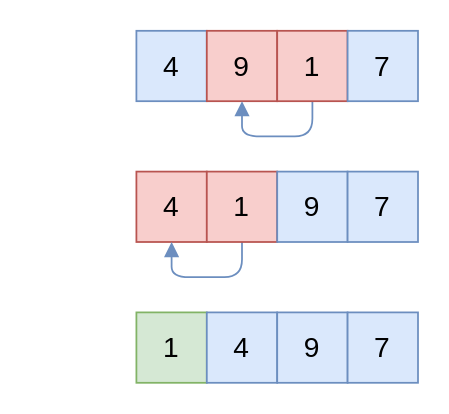
Before: src/array/sort/assets/gnome-sort-pass2.drawio in XuShaohua/TheAlgorithms, a draw.io diagram. Source tidied: cells renumbered, new cells numbered last; positions are measured from the earlier drawing's top-left corner, leaving out a move shared by most shapes. Both pictures are drawn from the tidied source at 176%, with x=0, y=0 at pixel (136, -40).
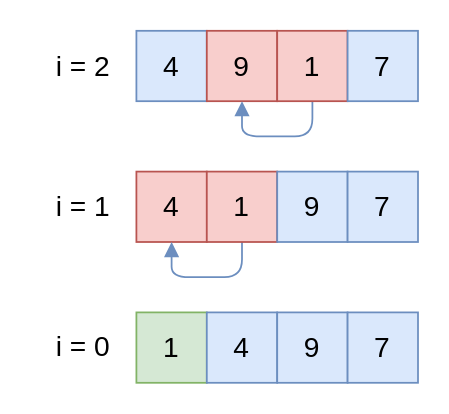
Above is the later version.

Commit message (it also covers changes not shown here):
array: Update gnome sort charts

The edit, as a diff of the source:
```diff
@@
+    <mxCell id="18" value="i = 2" style="text;html=1;align=center;verticalAlign=middle;whiteSpace=wrap;rounded=0;fontFamily=Ubuntu;fontSize=16;fontStyle=0;" parent="1" vertex="1">
+      <mxGeometry x="-60" y="45" width="60" height="30" as="geometry" />
+    </mxCell>
+    <mxCell id="19" value="i = 1" style="text;html=1;align=center;verticalAlign=middle;whiteSpace=wrap;rounded=0;fontFamily=Ubuntu;fontSize=16;fontStyle=0;" parent="1" vertex="1">
+      <mxGeometry x="-60" y="125" width="60" height="30" as="geometry" />
+    </mxCell>
+    <mxCell id="20" value="i = 0" style="text;html=1;align=center;verticalAlign=middle;whiteSpace=wrap;rounded=0;fontFamily=Ubuntu;fontSize=16;fontStyle=0;" parent="1" vertex="1">
+      <mxGeometry x="-60" y="204" width="60" height="30" as="geometry" />
+    </mxCell>
```
